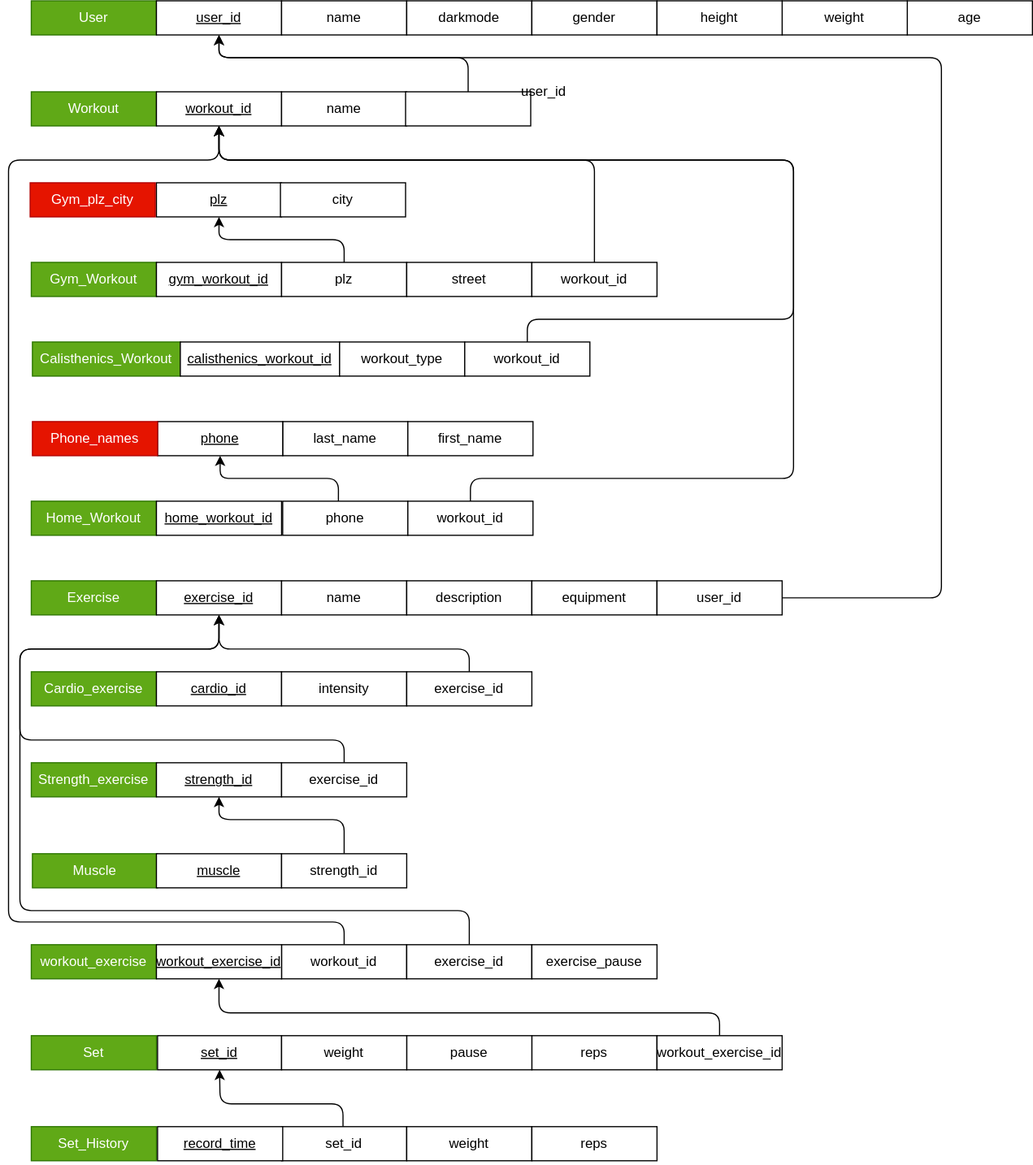
Johannes0220/DatabaseProject keeps this draw.io diagram as 4NF-DataBase-RelationasSchema.drawio.svg. Above is the earlier version. Source tidied: cells renumbered, new cells last; positions are measured from the earlier drawing's top-left corner, leaving out a move shared by most shapes.
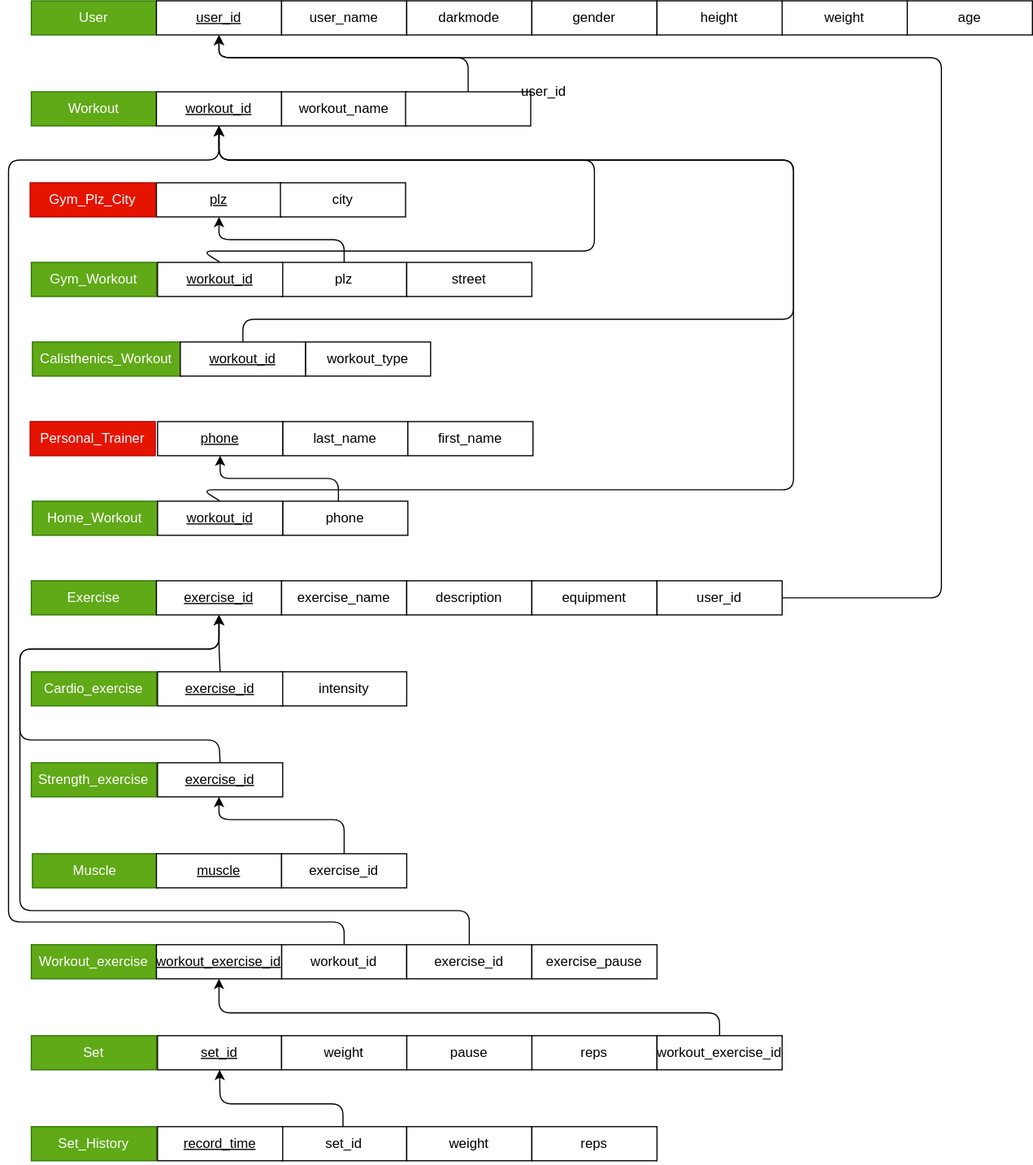
The same diagram one commit later.

What changed in the source:
```diff
@@ -8,7 +8,7 @@
     <mxCell id="3" value="user_id" style="whiteSpace=wrap;html=1;fontStyle=4;" parent="1" vertex="1">
       <mxGeometry x="130" width="110" height="30" as="geometry" />
     </mxCell>
-    <mxCell id="4" value="name" style="whiteSpace=wrap;html=1;" parent="1" vertex="1">
+    <mxCell id="4" value="user_name" style="whiteSpace=wrap;html=1;" parent="1" vertex="1">
       <mxGeometry x="240" width="110" height="30" as="geometry" />
     </mxCell>
     <mxCell id="5" value="darkmode" style="whiteSpace=wrap;html=1;" parent="1" vertex="1">
@@ -32,7 +32,7 @@
     <mxCell id="11" value="&lt;u&gt;workout_id&lt;/u&gt;" style="whiteSpace=wrap;html=1;" parent="1" vertex="1">
       <mxGeometry x="130" y="80" width="110" height="30" as="geometry" />
     </mxCell>
-    <mxCell id="12" value="name" style="whiteSpace=wrap;html=1;" parent="1" vertex="1">
+    <mxCell id="12" value="workout_name" style="whiteSpace=wrap;html=1;" parent="1" vertex="1">
       <mxGeometry x="240" y="80" width="110" height="30" as="geometry" />
     </mxCell>
     <mxCell id="13" style="edgeStyle=none;html=1;exitX=0.5;exitY=0;exitDx=0;exitDy=0;entryX=0.5;entryY=1;entryDx=0;entryDy=0;" parent="1" edge="1" source="14" target="3">
@@ -52,7 +52,7 @@
     <mxCell id="16" value="&lt;u&gt;exercise_id&lt;/u&gt;" style="whiteSpace=wrap;html=1;" parent="1" vertex="1">
       <mxGeometry x="130" y="510" width="110" height="30" as="geometry" />
     </mxCell>
-    <mxCell id="17" value="name" style="whiteSpace=wrap;html=1;" parent="1" vertex="1">
+    <mxCell id="17" value="exercise_name" style="whiteSpace=wrap;html=1;" parent="1" vertex="1">
       <mxGeometry x="240" y="510" width="110" height="30" as="geometry" />
     </mxCell>
     <mxCell id="18" value="description" style="whiteSpace=wrap;html=1;" parent="1" vertex="1">
@@ -76,7 +76,7 @@
     <mxCell id="21" value="user_id" style="whiteSpace=wrap;html=1;" parent="1" vertex="1">
       <mxGeometry x="570" y="510" width="110" height="30" as="geometry" />
     </mxCell>
-    <mxCell id="22" value="workout_exercise" style="whiteSpace=wrap;html=1;fillColor=#60a917;fontColor=#ffffff;strokeColor=#2D7600;" parent="1" vertex="1">
+    <mxCell id="22" value="Workout_exercise" style="whiteSpace=wrap;html=1;fillColor=#60a917;fontColor=#ffffff;strokeColor=#2D7600;" parent="1" vertex="1">
       <mxGeometry x="20" y="830" width="110" height="30" as="geometry" />
     </mxCell>
     <mxCell id="23" style="edgeStyle=none;html=1;exitX=0.5;exitY=0;exitDx=0;exitDy=0;entryX=0.5;entryY=1;entryDx=0;entryDy=0;" parent="1" edge="1" source="24" target="11">
@@ -163,26 +163,17 @@
     <mxCell id="41" value="Gym_Workout" style="whiteSpace=wrap;html=1;fillColor=#60a917;fontColor=#ffffff;strokeColor=#2D7600;" parent="1" vertex="1">
       <mxGeometry x="20" y="230" width="110" height="30" as="geometry" />
     </mxCell>
-    <mxCell id="42" value="&lt;u&gt;gym_workout_id&lt;/u&gt;" style="whiteSpace=wrap;html=1;" parent="1" vertex="1">
-      <mxGeometry x="130" y="230" width="110" height="30" as="geometry" />
-    </mxCell>
     <mxCell id="43" value="plz" style="whiteSpace=wrap;html=1;" parent="1" vertex="1">
       <mxGeometry x="240" y="230" width="110" height="30" as="geometry" />
     </mxCell>
     <mxCell id="44" value="Calisthenics_Workout" style="whiteSpace=wrap;html=1;fillColor=#60a917;fontColor=#ffffff;strokeColor=#2D7600;" parent="1" vertex="1">
       <mxGeometry x="21" y="300" width="130" height="30" as="geometry" />
     </mxCell>
-    <mxCell id="45" value="&lt;u&gt;calisthenics_workout_id&lt;/u&gt;" style="whiteSpace=wrap;html=1;" parent="1" vertex="1">
-      <mxGeometry x="151" y="300" width="140" height="30" as="geometry" />
-    </mxCell>
     <mxCell id="46" value="Home_Workout" style="whiteSpace=wrap;html=1;fillColor=#60a917;fontColor=#ffffff;strokeColor=#2D7600;" parent="1" vertex="1">
-      <mxGeometry x="20" y="440" width="110" height="30" as="geometry" />
+      <mxGeometry x="21" y="440" width="110" height="30" as="geometry" />
     </mxCell>
-    <mxCell id="47" value="&lt;u&gt;home_workout_id&lt;/u&gt;" style="whiteSpace=wrap;html=1;" parent="1" vertex="1">
-      <mxGeometry x="130" y="440" width="110" height="30" as="geometry" />
-    </mxCell>
     <mxCell id="48" value="workout_type" style="whiteSpace=wrap;html=1;" parent="1" vertex="1">
-      <mxGeometry x="291" y="300" width="110" height="30" as="geometry" />
+      <mxGeometry x="261" y="300" width="110" height="30" as="geometry" />
     </mxCell>
     <mxCell id="49" value="street" style="whiteSpace=wrap;html=1;" parent="1" vertex="1">
       <mxGeometry x="350" y="230" width="110" height="30" as="geometry" />
@@ -196,30 +187,25 @@
     <mxCell id="52" value="Cardio_exercise" style="whiteSpace=wrap;html=1;fillColor=#60a917;fontColor=#ffffff;strokeColor=#2D7600;" parent="1" vertex="1">
       <mxGeometry x="20" y="590" width="110" height="30" as="geometry" />
     </mxCell>
-    <mxCell id="53" value="&lt;u&gt;cardio_id&lt;/u&gt;" style="whiteSpace=wrap;html=1;" parent="1" vertex="1">
-      <mxGeometry x="130" y="590" width="110" height="30" as="geometry" />
-    </mxCell>
     <mxCell id="54" value="Strength_exercise" style="whiteSpace=wrap;html=1;fillColor=#60a917;fontColor=#ffffff;strokeColor=#2D7600;" parent="1" vertex="1">
       <mxGeometry x="20" y="670" width="110" height="30" as="geometry" />
     </mxCell>
-    <mxCell id="55" value="&lt;u&gt;strength_id&lt;/u&gt;" style="whiteSpace=wrap;html=1;" parent="1" vertex="1">
-      <mxGeometry x="130" y="670" width="110" height="30" as="geometry" />
-    </mxCell>
     <mxCell id="56" value="Muscle" style="whiteSpace=wrap;html=1;fillColor=#60a917;fontColor=#ffffff;strokeColor=#2D7600;" parent="1" vertex="1">
       <mxGeometry x="21" y="750" width="110" height="30" as="geometry" />
     </mxCell>
     <mxCell id="57" value="&lt;u&gt;muscle&lt;/u&gt;" style="whiteSpace=wrap;html=1;" parent="1" vertex="1">
       <mxGeometry x="130" y="750" width="110" height="30" as="geometry" />
     </mxCell>
-    <mxCell id="58" style="edgeStyle=none;html=1;exitX=0.5;exitY=0;exitDx=0;exitDy=0;entryX=0.5;entryY=1;entryDx=0;entryDy=0;" parent="1" edge="1" source="59" target="55">
+    <mxCell id="58" style="edgeStyle=none;html=1;exitX=0.5;exitY=0;exitDx=0;exitDy=0;entryX=0.5;entryY=1;entryDx=0;entryDy=0;" parent="1" edge="1" source="59">
       <mxGeometry relative="1" as="geometry">
+        <mxPoint x="185" y="700" as="targetPoint" />
         <Array as="points">
           <mxPoint x="295" y="720" />
           <mxPoint x="185" y="720" />
         </Array>
       </mxGeometry>
     </mxCell>
-    <mxCell id="59" value="strength_id" style="whiteSpace=wrap;html=1;" parent="1" vertex="1">
+    <mxCell id="59" value="exercise_id" style="whiteSpace=wrap;html=1;" parent="1" vertex="1">
       <mxGeometry x="240" y="750" width="110" height="30" as="geometry" />
     </mxCell>
     <mxCell id="60" value="intensity" style="whiteSpace=wrap;html=1;" parent="1" vertex="1">
@@ -228,63 +214,64 @@
     <mxCell id="61" style="edgeStyle=none;html=1;exitX=0.5;exitY=0;exitDx=0;exitDy=0;entryX=0.5;entryY=1;entryDx=0;entryDy=0;" parent="1" edge="1" source="62" target="16">
       <mxGeometry relative="1" as="geometry">
         <Array as="points">
-          <mxPoint x="295" y="650" />
+          <mxPoint x="185" y="650" />
           <mxPoint x="10" y="650" />
           <mxPoint x="10" y="570" />
           <mxPoint x="185" y="570" />
         </Array>
       </mxGeometry>
     </mxCell>
-    <mxCell id="62" value="exercise_id" style="whiteSpace=wrap;html=1;" parent="1" vertex="1">
-      <mxGeometry x="240" y="670" width="110" height="30" as="geometry" />
+    <mxCell id="62" value="&lt;u&gt;exercise_id&lt;/u&gt;" style="whiteSpace=wrap;html=1;" parent="1" vertex="1">
+      <mxGeometry x="131" y="670" width="110" height="30" as="geometry" />
     </mxCell>
     <mxCell id="63" style="edgeStyle=none;html=1;exitX=0.5;exitY=0;exitDx=0;exitDy=0;entryX=0.5;entryY=1;entryDx=0;entryDy=0;" parent="1" edge="1" source="64" target="16">
       <mxGeometry relative="1" as="geometry">
         <Array as="points">
-          <mxPoint x="405" y="570" />
           <mxPoint x="185" y="570" />
         </Array>
       </mxGeometry>
     </mxCell>
-    <mxCell id="64" value="exercise_id" style="whiteSpace=wrap;html=1;" parent="1" vertex="1">
-      <mxGeometry x="350" y="590" width="110" height="30" as="geometry" />
+    <mxCell id="64" value="&lt;u&gt;exercise_id&lt;/u&gt;" style="whiteSpace=wrap;html=1;" parent="1" vertex="1">
+      <mxGeometry x="131" y="590" width="110" height="30" as="geometry" />
     </mxCell>
     <mxCell id="65" style="edgeStyle=none;html=1;exitX=0.5;exitY=0;exitDx=0;exitDy=0;entryX=0.5;entryY=1;entryDx=0;entryDy=0;" parent="1" edge="1" source="66" target="11">
       <mxGeometry relative="1" as="geometry">
         <Array as="points">
+          <mxPoint x="170" y="220" />
+          <mxPoint x="515" y="220" />
           <mxPoint x="515" y="140" />
           <mxPoint x="185" y="140" />
         </Array>
       </mxGeometry>
     </mxCell>
-    <mxCell id="66" value="workout_id" style="whiteSpace=wrap;html=1;" parent="1" vertex="1">
-      <mxGeometry x="460" y="230" width="110" height="30" as="geometry" />
+    <mxCell id="66" value="&lt;u&gt;workout_id&lt;/u&gt;" style="whiteSpace=wrap;html=1;" parent="1" vertex="1">
+      <mxGeometry x="131" y="230" width="110" height="30" as="geometry" />
     </mxCell>
     <mxCell id="67" style="edgeStyle=none;html=1;exitX=0.5;exitY=0;exitDx=0;exitDy=0;entryX=0.5;entryY=1;entryDx=0;entryDy=0;" parent="1" edge="1" source="68" target="11">
       <mxGeometry relative="1" as="geometry">
         <Array as="points">
-          <mxPoint x="456" y="280" />
+          <mxPoint x="206" y="280" />
           <mxPoint x="690" y="280" />
           <mxPoint x="690" y="140" />
           <mxPoint x="185" y="140" />
         </Array>
       </mxGeometry>
     </mxCell>
-    <mxCell id="68" value="workout_id" style="whiteSpace=wrap;html=1;" parent="1" vertex="1">
-      <mxGeometry x="401" y="300" width="110" height="30" as="geometry" />
+    <mxCell id="68" value="&lt;u&gt;workout_id&lt;/u&gt;" style="whiteSpace=wrap;html=1;" parent="1" vertex="1">
+      <mxGeometry x="151" y="300" width="110" height="30" as="geometry" />
     </mxCell>
     <mxCell id="69" style="edgeStyle=none;html=1;exitX=0.5;exitY=0;exitDx=0;exitDy=0;entryX=0.5;entryY=1;entryDx=0;entryDy=0;" parent="1" edge="1" source="70" target="11">
       <mxGeometry relative="1" as="geometry">
         <Array as="points">
-          <mxPoint x="406" y="420" />
-          <mxPoint x="690" y="420" />
+          <mxPoint x="170" y="430" />
+          <mxPoint x="690" y="430" />
           <mxPoint x="690" y="140" />
           <mxPoint x="185" y="140" />
         </Array>
       </mxGeometry>
     </mxCell>
-    <mxCell id="70" value="workout_id" style="whiteSpace=wrap;html=1;" parent="1" vertex="1">
-      <mxGeometry x="351" y="440" width="110" height="30" as="geometry" />
+    <mxCell id="70" value="&lt;u&gt;workout_id&lt;/u&gt;" style="whiteSpace=wrap;html=1;" parent="1" vertex="1">
+      <mxGeometry x="131" y="440" width="110" height="30" as="geometry" />
     </mxCell>
     <mxCell id="71" value="last_name" style="whiteSpace=wrap;html=1;" parent="1" vertex="1">
       <mxGeometry x="241" y="370" width="110" height="30" as="geometry" />
@@ -301,11 +288,11 @@
     <mxCell id="75" value="city" style="whiteSpace=wrap;html=1;" parent="1" vertex="1">
       <mxGeometry x="239" y="160" width="110" height="30" as="geometry" />
     </mxCell>
-    <mxCell id="76" value="Gym_plz_city" style="whiteSpace=wrap;html=1;fillColor=#e51400;fontColor=#ffffff;strokeColor=#B20000;" parent="1" vertex="1">
+    <mxCell id="76" value="Gym_Plz_City" style="whiteSpace=wrap;html=1;fillColor=#e51400;fontColor=#ffffff;strokeColor=#B20000;" parent="1" vertex="1">
       <mxGeometry x="19" y="160" width="110" height="30" as="geometry" />
     </mxCell>
-    <mxCell id="77" value="Phone_names" style="whiteSpace=wrap;html=1;fillColor=#e51400;strokeColor=#B20000;fontColor=#ffffff;" parent="1" vertex="1">
-      <mxGeometry x="21" y="370" width="110" height="30" as="geometry" />
+    <mxCell id="77" value="Personal_Trainer" style="whiteSpace=wrap;html=1;fillColor=#e51400;strokeColor=#B20000;fontColor=#ffffff;" parent="1" vertex="1">
+      <mxGeometry x="19" y="370" width="110" height="30" as="geometry" />
     </mxCell>
     <mxCell id="78" style="endArrow=classic;html=1;rounded=1;entryX=0.5;entryY=1;entryDx=0;entryDy=0;exitX=0.5;exitY=0;exitDx=0;exitDy=0;" parent="1" edge="1" source="43" target="74">
       <mxGeometry relative="1" as="geometry">
```
